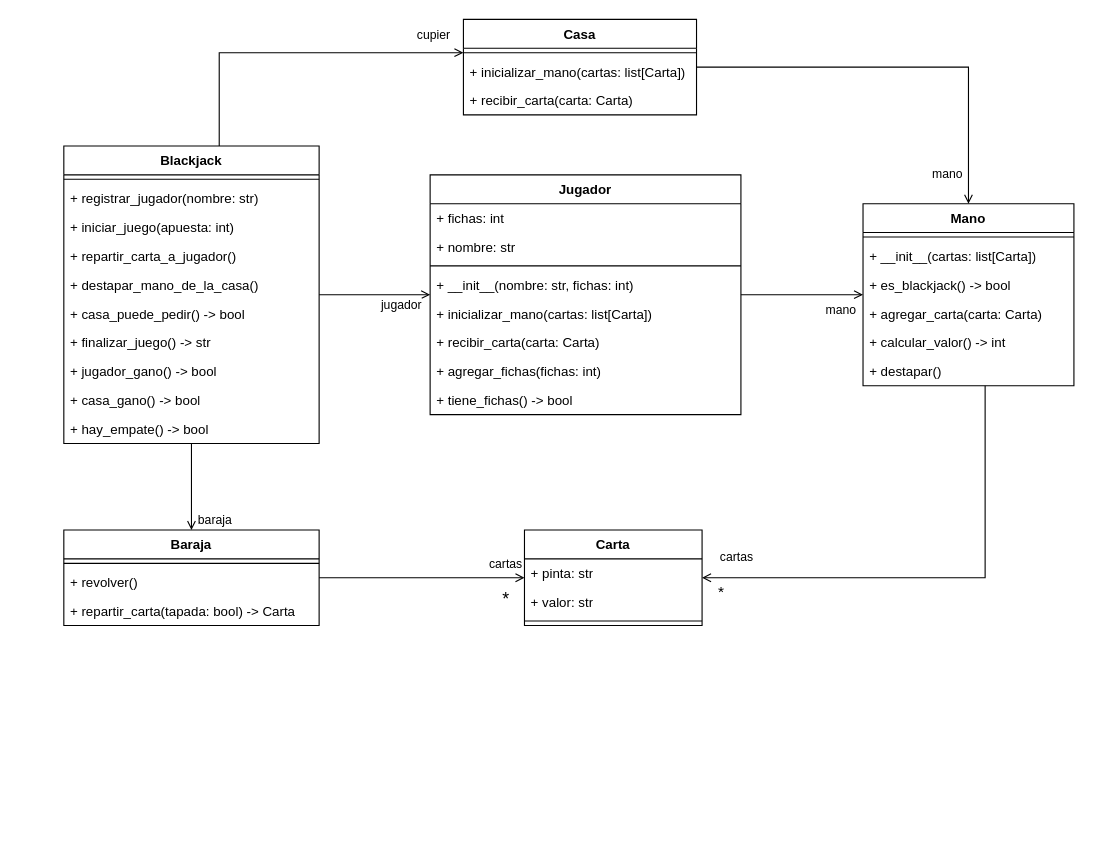
juanital948/blackjack-game-2025 keeps this draw.io diagram as page "Modelo diseño v1" (2 of 2) of docs/class-model-blackjack.drawio. Above is the earlier version. Source tidied: cells renumbered, new cells numbered last; positions are measured from the earlier drawing's top-left corner, leaving out a move shared by most shapes. Both pictures are drawn from the tidied source at 111%, with x=0, y=0 at pixel (63, 19).
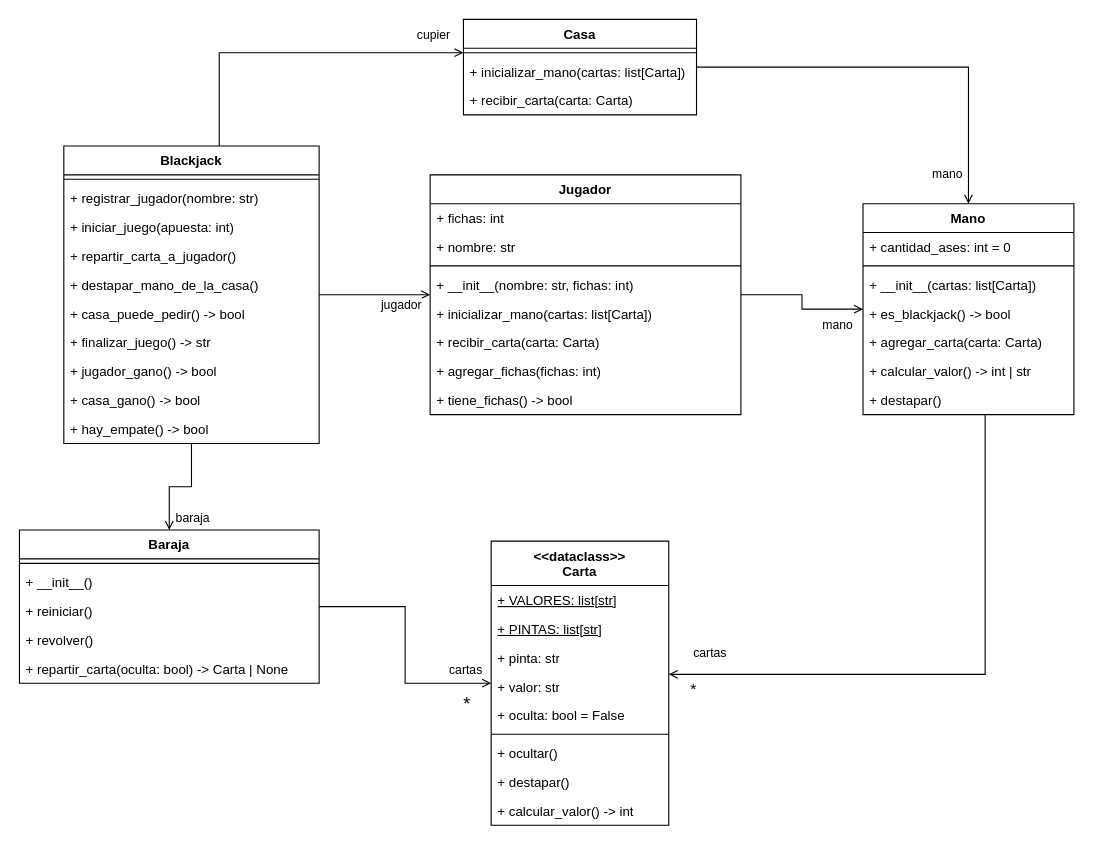
After the change.

Commit message:
Update class model

Change to the diagram source:
```diff
@@
     <mxCell id="22" value="Baraja" style="swimlane;fontStyle=1;align=center;verticalAlign=top;horizontal=1;startSize=26;whiteSpace=wrap;html=1;" parent="1" vertex="1">
-      <mxGeometry y="460" width="230" height="86" as="geometry" />
+      <mxGeometry x="-40" y="460" width="270" height="138" as="geometry" />
     </mxCell>
     <mxCell id="23" style="line;strokeWidth=1;fillColor=none;align=left;verticalAlign=middle;spacingTop=-1;spacingLeft=3;spacingRight=3;labelPosition=right;strokeColor=inherit;" parent="22" vertex="1">
-      <mxGeometry y="26" width="230" height="8" as="geometry" />
+      <mxGeometry y="26" width="270" height="8" as="geometry" />
     </mxCell>
+    <mxCell id="57" value="+ __init__()" style="text;strokeColor=none;fillColor=none;align=left;verticalAlign=top;spacingLeft=4;spacingRight=4;overflow=hidden;whiteSpace=wrap;html=1;" parent="22" vertex="1">
+      <mxGeometry y="34" width="270" height="26" as="geometry" />
+    </mxCell>
+    <mxCell id="58" value="+ reiniciar()" style="text;strokeColor=none;fillColor=none;align=left;verticalAlign=top;spacingLeft=4;spacingRight=4;overflow=hidden;whiteSpace=wrap;html=1;" parent="22" vertex="1">
+      <mxGeometry y="60" width="270" height="26" as="geometry" />
+    </mxCell>
     <mxCell id="24" value="+ revolver()" style="text;strokeColor=none;fillColor=none;align=left;verticalAlign=top;spacingLeft=4;spacingRight=4;overflow=hidden;whiteSpace=wrap;html=1;" parent="22" vertex="1">
-      <mxGeometry y="34" width="230" height="26" as="geometry" />
+      <mxGeometry y="86" width="270" height="26" as="geometry" />
     </mxCell>
-    <mxCell id="25" value="+ repartir_carta(tapada: bool) -&amp;gt; Carta" style="text;strokeColor=none;fillColor=none;align=left;verticalAlign=top;spacingLeft=4;spacingRight=4;overflow=hidden;whiteSpace=wrap;html=1;" parent="22" vertex="1">
-      <mxGeometry y="60" width="230" height="26" as="geometry" />
+    <mxCell id="25" value="+ repartir_carta(oculta: bool) -&amp;gt; Carta | None" style="text;strokeColor=none;fillColor=none;align=left;verticalAlign=top;spacingLeft=4;spacingRight=4;overflow=hidden;whiteSpace=wrap;html=1;" parent="22" vertex="1">
+      <mxGeometry y="112" width="270" height="26" as="geometry" />
     </mxCell>
@@
-    <mxCell id="37" value="Carta" style="swimlane;fontStyle=1;align=center;verticalAlign=top;horizontal=1;startSize=26;whiteSpace=wrap;html=1;" parent="1" vertex="1">
-      <mxGeometry x="415" y="460" width="160" height="86" as="geometry" />
+    <mxCell id="37" value="&amp;lt;&amp;lt;dataclass&amp;gt;&amp;gt;&lt;br&gt;Carta" style="swimlane;fontStyle=1;align=center;verticalAlign=top;horizontal=1;startSize=40;whiteSpace=wrap;html=1;" parent="1" vertex="1">
+      <mxGeometry x="385" y="470" width="160" height="256" as="geometry" />
     </mxCell>
+    <mxCell id="59" value="+ VALORES: list[str]" style="text;strokeColor=none;fillColor=none;align=left;verticalAlign=top;spacingLeft=4;spacingRight=4;overflow=hidden;whiteSpace=wrap;html=1;fontStyle=4;" parent="37" vertex="1">
+      <mxGeometry y="40" width="160" height="26" as="geometry" />
+    </mxCell>
+    <mxCell id="60" value="+ PINTAS: list[str]" style="text;strokeColor=none;fillColor=none;align=left;verticalAlign=top;spacingLeft=4;spacingRight=4;overflow=hidden;whiteSpace=wrap;html=1;fontStyle=4;" parent="37" vertex="1">
+      <mxGeometry y="66" width="160" height="26" as="geometry" />
+    </mxCell>
     <mxCell id="38" value="+ pinta: str" style="text;strokeColor=none;fillColor=none;align=left;verticalAlign=top;spacingLeft=4;spacingRight=4;overflow=hidden;whiteSpace=wrap;html=1;" parent="37" vertex="1">
-      <mxGeometry y="26" width="160" height="26" as="geometry" />
+      <mxGeometry y="92" width="160" height="26" as="geometry" />
     </mxCell>
     <mxCell id="39" value="+ valor: str" style="text;strokeColor=none;fillColor=none;align=left;verticalAlign=top;spacingLeft=4;spacingRight=4;overflow=hidden;whiteSpace=wrap;html=1;" parent="37" vertex="1">
-      <mxGeometry y="52" width="160" height="26" as="geometry" />
+      <mxGeometry y="118" width="160" height="26" as="geometry" />
     </mxCell>
+    <mxCell id="61" value="+ oculta: bool = False" style="text;strokeColor=none;fillColor=none;align=left;verticalAlign=top;spacingLeft=4;spacingRight=4;overflow=hidden;whiteSpace=wrap;html=1;" parent="37" vertex="1">
+      <mxGeometry y="144" width="160" height="26" as="geometry" />
+    </mxCell>
     <mxCell id="40" style="line;strokeWidth=1;fillColor=none;align=left;verticalAlign=middle;spacingTop=-1;spacingLeft=3;spacingRight=3;labelPosition=right;strokeColor=inherit;" parent="37" vertex="1">
-      <mxGeometry y="78" width="160" height="8" as="geometry" />
+      <mxGeometry y="170" width="160" height="8" as="geometry" />
     </mxCell>
+    <mxCell id="62" value="+ ocultar()" style="text;strokeColor=none;fillColor=none;align=left;verticalAlign=top;spacingLeft=4;spacingRight=4;overflow=hidden;whiteSpace=wrap;html=1;" parent="37" vertex="1">
+      <mxGeometry y="178" width="160" height="26" as="geometry" />
+    </mxCell>
+    <mxCell id="63" value="+ destapar()" style="text;strokeColor=none;fillColor=none;align=left;verticalAlign=top;spacingLeft=4;spacingRight=4;overflow=hidden;whiteSpace=wrap;html=1;" parent="37" vertex="1">
+      <mxGeometry y="204" width="160" height="26" as="geometry" />
+    </mxCell>
+    <mxCell id="64" value="+ calcular_valor() -&amp;gt; int" style="text;strokeColor=none;fillColor=none;align=left;verticalAlign=top;spacingLeft=4;spacingRight=4;overflow=hidden;whiteSpace=wrap;html=1;" parent="37" vertex="1">
+      <mxGeometry y="230" width="160" height="26" as="geometry" />
+    </mxCell>
     <mxCell id="41" style="edgeStyle=orthogonalEdgeStyle;rounded=0;jettySize=auto;html=1;endArrow=open;endFill=0;" parent="1" edge="1" source="44" target="37">
       <mxGeometry relative="1" as="geometry">
         <Array as="points">
-          <mxPoint x="830" y="503" />
+          <mxPoint x="830" y="590" />
         </Array>
       </mxGeometry>
     </mxCell>
@@
     <mxCell id="44" value="Mano" style="swimlane;fontStyle=1;align=center;verticalAlign=top;horizontal=1;startSize=26;whiteSpace=wrap;html=1;" parent="1" vertex="1">
-      <mxGeometry x="720" y="166" width="190" height="164" as="geometry" />
+      <mxGeometry x="720" y="166" width="190" height="190" as="geometry" />
     </mxCell>
+    <mxCell id="65" value="+ cantidad_ases: int = 0" style="text;strokeColor=none;fillColor=none;align=left;verticalAlign=top;spacingLeft=4;spacingRight=4;overflow=hidden;whiteSpace=wrap;html=1;" parent="44" vertex="1">
+      <mxGeometry y="26" width="190" height="26" as="geometry" />
+    </mxCell>
     <mxCell id="45" style="line;strokeWidth=1;fillColor=none;align=left;verticalAlign=middle;spacingTop=-1;spacingLeft=3;spacingRight=3;labelPosition=right;strokeColor=inherit;" parent="44" vertex="1">
-      <mxGeometry y="26" width="190" height="8" as="geometry" />
+      <mxGeometry y="52" width="190" height="8" as="geometry" />
     </mxCell>
     <mxCell id="46" value="+ __init__(cartas: list[Carta])" style="text;strokeColor=none;fillColor=none;align=left;verticalAlign=top;spacingLeft=4;spacingRight=4;overflow=hidden;whiteSpace=wrap;html=1;" parent="44" vertex="1">
-      <mxGeometry y="34" width="190" height="26" as="geometry" />
+      <mxGeometry y="60" width="190" height="26" as="geometry" />
     </mxCell>
     <mxCell id="47" value="+ es_blackjack() -&amp;gt; bool" style="text;strokeColor=none;fillColor=none;align=left;verticalAlign=top;spacingLeft=4;spacingRight=4;overflow=hidden;whiteSpace=wrap;html=1;" parent="44" vertex="1">
-      <mxGeometry y="60" width="190" height="26" as="geometry" />
+      <mxGeometry y="86" width="190" height="26" as="geometry" />
     </mxCell>
     <mxCell id="48" value="+ agregar_carta(carta: Carta)" style="text;strokeColor=none;fillColor=none;align=left;verticalAlign=top;spacingLeft=4;spacingRight=4;overflow=hidden;whiteSpace=wrap;html=1;" parent="44" vertex="1">
-      <mxGeometry y="86" width="190" height="26" as="geometry" />
+      <mxGeometry y="112" width="190" height="26" as="geometry" />
     </mxCell>
-    <mxCell id="49" value="+ calcular_valor() -&amp;gt; int" style="text;strokeColor=none;fillColor=none;align=left;verticalAlign=top;spacingLeft=4;spacingRight=4;overflow=hidden;whiteSpace=wrap;html=1;" parent="44" vertex="1">
-      <mxGeometry y="112" width="190" height="26" as="geometry" />
+    <mxCell id="49" value="+ calcular_valor() -&amp;gt; int | str" style="text;strokeColor=none;fillColor=none;align=left;verticalAlign=top;spacingLeft=4;spacingRight=4;overflow=hidden;whiteSpace=wrap;html=1;" parent="44" vertex="1">
+      <mxGeometry y="138" width="190" height="26" as="geometry" />
     </mxCell>
     <mxCell id="50" value="+ destapar()" style="text;strokeColor=none;fillColor=none;align=left;verticalAlign=top;spacingLeft=4;spacingRight=4;overflow=hidden;whiteSpace=wrap;html=1;" parent="44" vertex="1">
-      <mxGeometry y="138" width="190" height="26" as="geometry" />
+      <mxGeometry y="164" width="190" height="26" as="geometry" />
     </mxCell>
```
